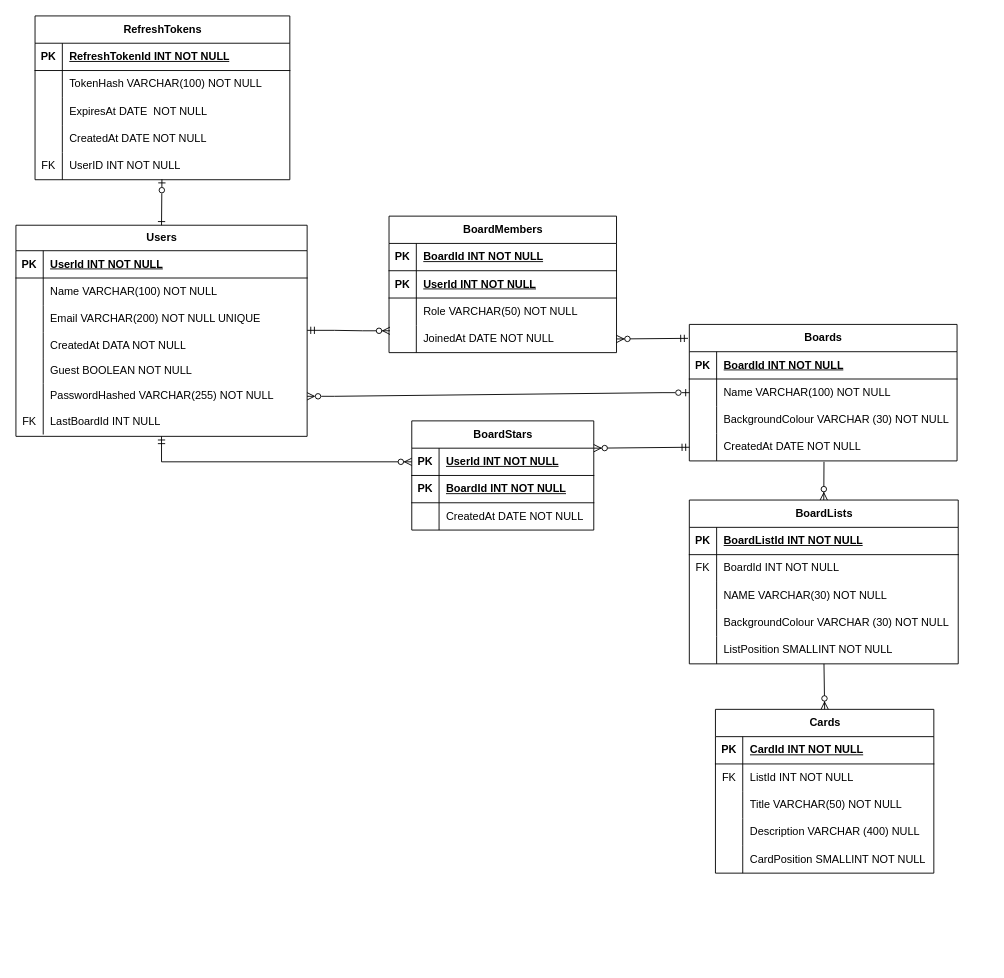
Above: DatabaseFilesAndDesign/DatabaseDesign.drawio in maninder56/Planner-Web-App (draw.io), before the change. Source tidied: cells renumbered, new cells numbered last; positions are measured from the earlier drawing's top-left corner, leaving out a move shared by most shapes. Both pictures are drawn from the tidied source at 91%, with x=0, y=0 at pixel (15, 15).
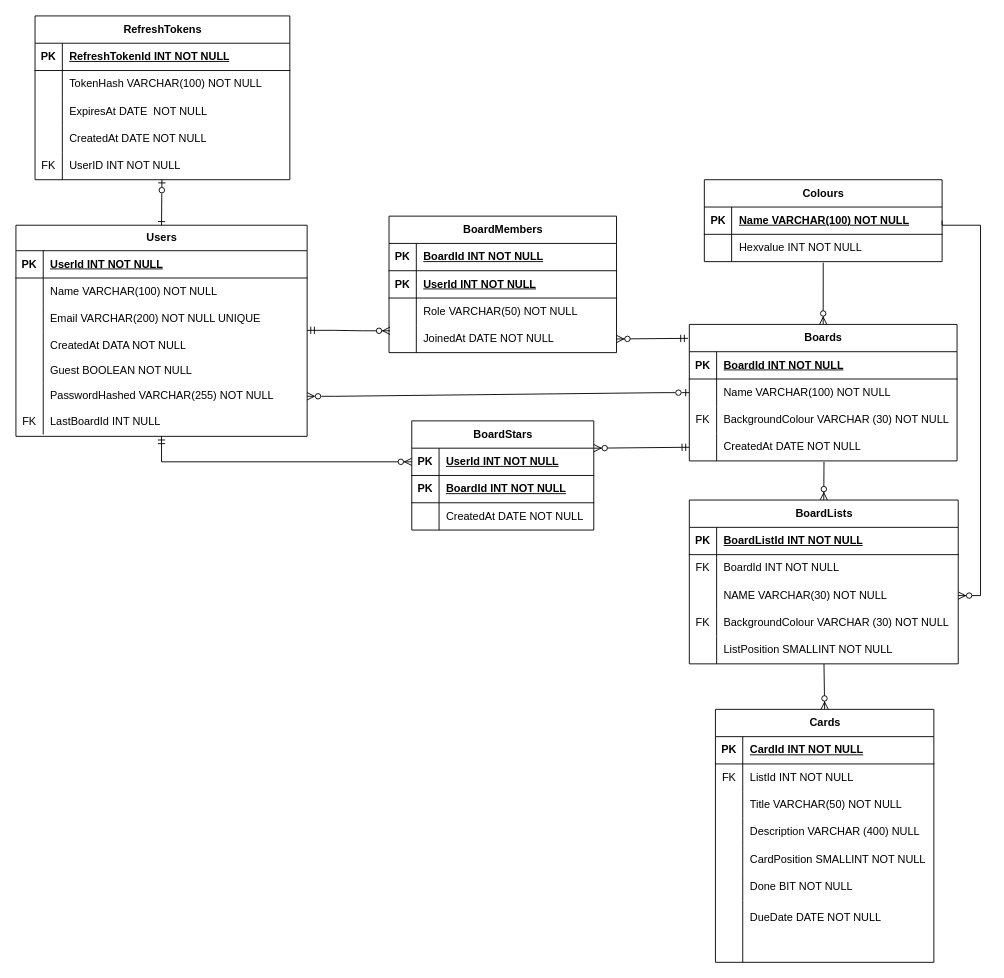
Above is the later version.

Commit message:
Colour table added to database design

The change refers to these unchanged cells:
```xml
<mxCell id="54" value="Boards" style="shape=table;startSize=30;childLayout=tableLayout;rowLines=0;fontStyle=1;align=center;html=1;" parent="1" vertex="1">
  <mxGeometry x="740" y="339" width="294.2" height="150" as="geometry" />
</mxCell>
<mxCell id="61" style="shape=tableRow;horizontal=0;startSize=0;swimlaneHead=0;swimlaneBody=0;fillColor=none;top=0;left=0;right=0;bottom=0;" parent="54" vertex="1">
  <mxGeometry y="90" width="294.2" height="30" as="geometry" />
</mxCell>
<mxCell id="74" style="shape=tableRow;horizontal=0;startSize=0;swimlaneHead=0;swimlaneBody=0;fillColor=none;points=[[0,0.5],[1,0.5]];portConstraint=eastwest;top=0;left=0;right=0;bottom=0;" parent="67" vertex="1">
  <mxGeometry y="90" width="295.5" height="30" as="geometry" />
</mxCell>
<mxCell id="77" style="shape=tableRow;horizontal=0;startSize=0;swimlaneHead=0;swimlaneBody=0;fillColor=none;top=0;left=0;right=0;bottom=0;" parent="67" vertex="1">
  <mxGeometry y="120" width="295.5" height="30" as="geometry" />
</mxCell>
```

What changed in the source:
```diff
@@
-    <mxCell id="62" style="shape=partialRectangle;fillColor=none;top=0;left=0;bottom=0;right=0;overflow=hidden;whiteSpace=wrap;html=1;" parent="61" vertex="1">
+    <mxCell id="62" value="FK" style="shape=partialRectangle;fillColor=none;top=0;left=0;bottom=0;right=0;overflow=hidden;whiteSpace=wrap;html=1;" parent="61" vertex="1">
       <mxGeometry width="30" height="30" as="geometry" />
     </mxCell>
@@
-    <mxCell id="78" style="shape=partialRectangle;fillColor=none;top=0;left=0;bottom=0;right=0;overflow=hidden;whiteSpace=wrap;html=1;" parent="77" vertex="1">
+    <mxCell id="78" value="FK" style="shape=partialRectangle;fillColor=none;top=0;left=0;bottom=0;right=0;overflow=hidden;whiteSpace=wrap;html=1;" parent="77" vertex="1">
       <mxGeometry width="30" height="30" as="geometry" />
     </mxCell>
@@
     <mxCell id="83" value="Cards" style="shape=table;startSize=30;childLayout=tableLayout;rowLines=0;fontStyle=1;align=center;html=1;" parent="1" vertex="1">
-      <mxGeometry x="768.7" y="762" width="240" height="180" as="geometry" />
+      <mxGeometry x="768.7" y="762" width="240" height="278" as="geometry" />
     </mxCell>
@@
+    <mxCell id="116" style="shape=tableRow;horizontal=0;startSize=0;swimlaneHead=0;swimlaneBody=0;fillColor=none;top=0;left=0;right=0;bottom=0;" parent="83" vertex="1">
+      <mxGeometry y="180" width="240" height="30" as="geometry" />
+    </mxCell>
+    <mxCell id="117" style="shape=partialRectangle;fillColor=none;top=0;left=0;bottom=0;right=0;overflow=hidden;whiteSpace=wrap;html=1;" parent="116" vertex="1">
+      <mxGeometry width="30" height="30" as="geometry" />
+    </mxCell>
+    <mxCell id="118" value="Done BIT NOT NULL" style="shape=partialRectangle;fillColor=none;top=0;left=0;bottom=0;right=0;align=left;spacingLeft=6;overflow=hidden;whiteSpace=wrap;html=1;" parent="116" vertex="1">
+      <mxGeometry x="30" width="210" height="30" as="geometry" />
+    </mxCell>
+    <mxCell id="119" style="shape=tableRow;horizontal=0;startSize=0;swimlaneHead=0;swimlaneBody=0;fillColor=none;top=0;left=0;right=0;bottom=0;" parent="83" vertex="1">
+      <mxGeometry y="210" width="240" height="38" as="geometry" />
+    </mxCell>
+    <mxCell id="120" style="shape=partialRectangle;fillColor=none;top=0;left=0;bottom=0;right=0;overflow=hidden;whiteSpace=wrap;html=1;" parent="119" vertex="1">
+      <mxGeometry width="30" height="38" as="geometry" />
+    </mxCell>
+    <mxCell id="121" value="DueDate DATE NOT NULL" style="shape=partialRectangle;fillColor=none;top=0;left=0;bottom=0;right=0;align=left;spacingLeft=6;overflow=hidden;whiteSpace=wrap;html=1;" parent="119" vertex="1">
+      <mxGeometry x="30" width="210" height="38" as="geometry" />
+    </mxCell>
+    <mxCell id="122" style="shape=tableRow;horizontal=0;startSize=0;swimlaneHead=0;swimlaneBody=0;fillColor=none;top=0;left=0;right=0;bottom=0;" parent="83" vertex="1">
+      <mxGeometry y="248" width="240" height="30" as="geometry" />
+    </mxCell>
+    <mxCell id="123" style="shape=partialRectangle;fillColor=none;top=0;left=0;bottom=0;right=0;overflow=hidden;whiteSpace=wrap;html=1;" parent="122" vertex="1">
+      <mxGeometry width="30" height="30" as="geometry" />
+    </mxCell>
+    <mxCell id="124" style="shape=partialRectangle;fillColor=none;top=0;left=0;bottom=0;right=0;align=left;spacingLeft=6;overflow=hidden;whiteSpace=wrap;html=1;" parent="122" vertex="1">
+      <mxGeometry x="30" width="210" height="30" as="geometry" />
+    </mxCell>
@@
+    <mxCell id="125" value="Colours" style="shape=table;startSize=30;childLayout=tableLayout;rowLines=0;fontStyle=1;align=center;html=1;" parent="1" vertex="1">
+      <mxGeometry x="756.5" y="180" width="261.3" height="90" as="geometry" />
+    </mxCell>
+    <mxCell id="126" style="shape=tableRow;horizontal=0;startSize=0;swimlaneHead=0;swimlaneBody=0;fillColor=none;points=[[0,0.5],[1,0.5]];portConstraint=eastwest;top=0;left=0;right=0;bottom=1;" parent="125" vertex="1">
+      <mxGeometry y="30" width="261.3" height="30" as="geometry" />
+    </mxCell>
+    <mxCell id="127" value="PK" style="shape=partialRectangle;fillColor=none;top=0;left=0;bottom=0;right=0;fontStyle=1;overflow=hidden;whiteSpace=wrap;html=1;" parent="126" vertex="1">
+      <mxGeometry width="30" height="30" as="geometry" />
+    </mxCell>
+    <mxCell id="128" value="Name VARCHAR(100) NOT NULL" style="shape=partialRectangle;fillColor=none;top=0;left=0;bottom=0;right=0;align=left;spacingLeft=6;fontStyle=5;overflow=hidden;whiteSpace=wrap;html=1;" parent="126" vertex="1">
+      <mxGeometry x="30" width="231.3" height="30" as="geometry" />
+    </mxCell>
+    <mxCell id="129" style="shape=tableRow;horizontal=0;startSize=0;swimlaneHead=0;swimlaneBody=0;fillColor=none;points=[[0,0.5],[1,0.5]];portConstraint=eastwest;top=0;left=0;right=0;bottom=0;" parent="125" vertex="1">
+      <mxGeometry y="60" width="261.3" height="30" as="geometry" />
+    </mxCell>
+    <mxCell id="130" style="shape=partialRectangle;fillColor=none;top=0;left=0;bottom=0;right=0;overflow=hidden;whiteSpace=wrap;html=1;" parent="129" vertex="1">
+      <mxGeometry width="30" height="30" as="geometry" />
+    </mxCell>
+    <mxCell id="131" value="Hexvalue INT NOT NULL" style="shape=partialRectangle;fillColor=none;top=0;left=0;bottom=0;right=0;align=left;spacingLeft=6;overflow=hidden;whiteSpace=wrap;html=1;" parent="129" vertex="1">
+      <mxGeometry x="30" width="231.3" height="30" as="geometry" />
+    </mxCell>
+    <mxCell id="132" style="fontSize=12;html=1;endArrow=ERzeroToMany;endFill=1;rounded=0;entryX=0.5;entryY=0;entryDx=0;entryDy=0;exitX=0.5;exitY=1.037;exitDx=0;exitDy=0;exitPerimeter=0;" parent="1" edge="1" source="129" target="54">
+      <mxGeometry relative="1" as="geometry" />
+    </mxCell>
+    <mxCell id="133" style="fontSize=12;html=1;endArrow=ERzeroToMany;endFill=1;rounded=0;entryX=1;entryY=0.5;entryDx=0;entryDy=0;strokeColor=default;edgeStyle=orthogonalEdgeStyle;exitX=1;exitY=0.5;exitDx=0;exitDy=0;" parent="1" edge="1" source="126" target="74">
+      <mxGeometry relative="1" as="geometry">
+        <Array as="points">
+          <mxPoint x="1018" y="230" />
+          <mxPoint x="1060" y="230" />
+          <mxPoint x="1060" y="637" />
+        </Array>
+      </mxGeometry>
+    </mxCell>
```
